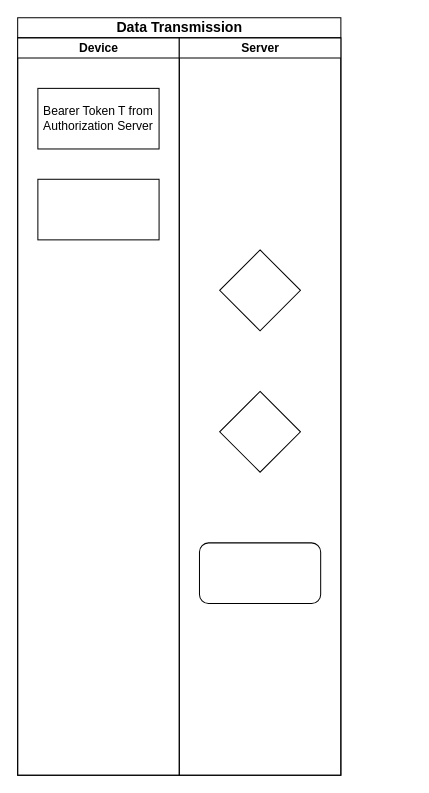
Earlier version of the draw.io diagram Data_Transmission.drawio (vivinkrishnan/drawio). Source tidied: cells renumbered, new cells numbered last; positions are measured from the earlier drawing's top-left corner, leaving out a move shared by most shapes. Both pictures are drawn from the tidied source at 101%, with x=0, y=0 at pixel (17, 17).
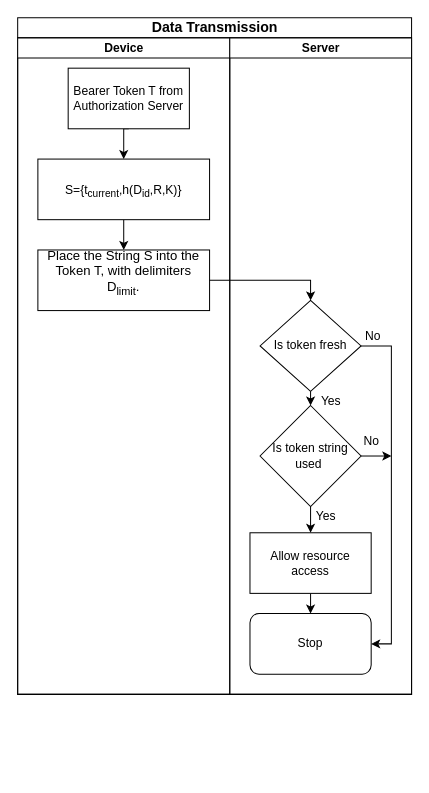
The same page after the edit.

Change to the diagram source:
```diff
@@
     <mxCell id="2" value="&lt;font face=&quot;Helvetica&quot; style=&quot;font-size: 14px&quot;&gt;Data Transmission&lt;/font&gt;" style="swimlane;html=1;startSize=20;rounded=0;shadow=0;labelBackgroundColor=none;strokeWidth=1;fontFamily=Verdana;fontSize=8;align=center;" parent="1" vertex="1">
-      <mxGeometry width="320" height="750" as="geometry" />
+      <mxGeometry width="390" height="670" as="geometry" />
     </mxCell>
     <mxCell id="3" value="Device" style="swimlane;html=1;startSize=20;" parent="2" vertex="1">
-      <mxGeometry y="20" width="160" height="730" as="geometry" />
+      <mxGeometry y="20" width="210" height="650" as="geometry" />
     </mxCell>
+    <mxCell id="10" style="edgeStyle=orthogonalEdgeStyle;rounded=0;jettySize=auto;html=1;exitX=0.5;exitY=1;exitDx=0;exitDy=0;entryX=0.5;entryY=0;entryDx=0;entryDy=0;" parent="3" edge="1" source="4" target="5">
+      <mxGeometry relative="1" as="geometry" />
+    </mxCell>
     <mxCell id="4" value="Bearer Token T from Authorization Server" style="rounded=0;whiteSpace=wrap;html=1;" parent="3" vertex="1">
-      <mxGeometry x="20" y="50" width="120" height="60" as="geometry" />
+      <mxGeometry x="50" y="30" width="120" height="60" as="geometry" />
     </mxCell>
+    <mxCell id="11" style="edgeStyle=orthogonalEdgeStyle;rounded=0;jettySize=auto;html=1;entryX=0.5;entryY=0;entryDx=0;entryDy=0;" parent="3" edge="1" source="5" target="12">
+      <mxGeometry relative="1" as="geometry" />
+    </mxCell>
-    <mxCell id="5" style="rounded=0;whiteSpace=wrap;html=1;" parent="3" vertex="1">
-      <mxGeometry x="20" y="140" width="120" height="60" as="geometry" />
+    <mxCell id="5" value="&lt;span style=&quot;font-size: 9pt&quot;&gt;S={t&lt;sub&gt;current&lt;/sub&gt;,h(D&lt;sub&gt;id&lt;/sub&gt;,R,K)}&lt;/span&gt;&lt;span style=&quot;font-size: medium&quot;&gt;&lt;/span&gt;" style="rounded=0;whiteSpace=wrap;html=1;fontSize=13;" parent="3" vertex="1">
+      <mxGeometry x="20" y="120" width="170" height="60" as="geometry" />
     </mxCell>
+    <mxCell id="12" value="&lt;font style=&quot;font-size: 13px&quot;&gt;Place the String S into the Token T, with delimiters D&lt;sub&gt;limit&lt;/sub&gt;.&lt;br&gt;&lt;br&gt;&lt;/font&gt;&lt;span style=&quot;font-size: medium&quot;&gt;&lt;/span&gt;" style="rounded=0;whiteSpace=wrap;html=1;" parent="3" vertex="1">
+      <mxGeometry x="20" y="210" width="170" height="60" as="geometry" />
+    </mxCell>
     <mxCell id="6" value="Server" style="swimlane;html=1;startSize=20;" parent="2" vertex="1">
-      <mxGeometry x="160" y="20" width="160" height="730" as="geometry" />
+      <mxGeometry x="210" y="20" width="180" height="650" as="geometry" />
     </mxCell>
-    <mxCell id="7" style="rhombus;whiteSpace=wrap;html=1;" parent="6" vertex="1">
-      <mxGeometry x="40" y="210" width="80" height="80" as="geometry" />
-    </mxCell>
+    <mxCell id="13" style="edgeStyle=orthogonalEdgeStyle;rounded=0;jettySize=auto;html=1;entryX=0.5;entryY=0;entryDx=0;entryDy=0;" parent="6" edge="1" source="8" target="18">
+      <mxGeometry relative="1" as="geometry" />
+    </mxCell>
-    <mxCell id="8" style="rhombus;whiteSpace=wrap;html=1;" parent="6" vertex="1">
-      <mxGeometry x="40" y="350" width="80" height="80" as="geometry" />
+    <mxCell id="8" value="Is token string used&amp;nbsp;" style="rhombus;whiteSpace=wrap;html=1;" parent="6" vertex="1">
+      <mxGeometry x="30" y="364" width="100" height="100" as="geometry" />
     </mxCell>
-    <mxCell id="9" style="rounded=1;whiteSpace=wrap;html=1;" parent="6" vertex="1">
-      <mxGeometry x="20" y="500" width="120" height="60" as="geometry" />
+    <mxCell id="9" value="Stop" style="rounded=1;whiteSpace=wrap;html=1;" parent="6" vertex="1">
+      <mxGeometry x="20" y="570" width="120" height="60" as="geometry" />
     </mxCell>
+    <mxCell id="14" style="edgeStyle=orthogonalEdgeStyle;rounded=0;jettySize=auto;html=1;exitX=0.5;exitY=1;exitDx=0;exitDy=0;entryX=0.5;entryY=0;entryDx=0;entryDy=0;" parent="6" edge="1" source="16" target="8">
+      <mxGeometry relative="1" as="geometry" />
+    </mxCell>
+    <mxCell id="15" style="edgeStyle=orthogonalEdgeStyle;rounded=0;jettySize=auto;html=1;entryX=1;entryY=0.5;entryDx=0;entryDy=0;" parent="6" edge="1" source="16" target="9">
+      <mxGeometry relative="1" as="geometry">
+        <Array as="points">
+          <mxPoint x="160" y="305" />
+          <mxPoint x="160" y="600" />
+        </Array>
+      </mxGeometry>
+    </mxCell>
+    <mxCell id="16" value="Is token fresh" style="rhombus;whiteSpace=wrap;html=1;" parent="6" vertex="1">
+      <mxGeometry x="30" y="260" width="100" height="90" as="geometry" />
+    </mxCell>
+    <mxCell id="17" style="edgeStyle=orthogonalEdgeStyle;rounded=0;jettySize=auto;html=1;exitX=0.5;exitY=1;exitDx=0;exitDy=0;entryX=0.5;entryY=0;entryDx=0;entryDy=0;" parent="6" edge="1" source="18" target="9">
+      <mxGeometry relative="1" as="geometry" />
+    </mxCell>
+    <mxCell id="18" value="Allow resource access" style="rounded=0;whiteSpace=wrap;html=1;" parent="6" vertex="1">
+      <mxGeometry x="20" y="490" width="120" height="60" as="geometry" />
+    </mxCell>
+    <mxCell id="19" value="Yes" style="text;html=1;align=center;verticalAlign=middle;" parent="6" vertex="1">
+      <mxGeometry x="80" y="350" width="40" height="20" as="geometry" />
+    </mxCell>
+    <mxCell id="20" value="Yes" style="text;html=1;align=center;verticalAlign=middle;" parent="6" vertex="1">
+      <mxGeometry x="75" y="464" width="40" height="20" as="geometry" />
+    </mxCell>
+    <mxCell id="21" style="edgeStyle=orthogonalEdgeStyle;rounded=0;jettySize=auto;html=1;entryX=0.5;entryY=0;entryDx=0;entryDy=0;" parent="2" edge="1" source="12" target="16">
+      <mxGeometry relative="1" as="geometry" />
+    </mxCell>
+    <mxCell id="22" style="edgeStyle=orthogonalEdgeStyle;rounded=0;jettySize=auto;html=1;" parent="1" edge="1" source="8">
+      <mxGeometry relative="1" as="geometry">
+        <mxPoint x="370" y="434" as="targetPoint" />
+      </mxGeometry>
+    </mxCell>
+    <mxCell id="23" value="&amp;nbsp;No" style="text;html=1;align=center;verticalAlign=middle;" parent="1" vertex="1">
+      <mxGeometry x="335" y="306" width="30" height="20" as="geometry" />
+    </mxCell>
+    <mxCell id="24" value="No" style="text;html=1;align=center;verticalAlign=middle;" parent="1" vertex="1">
+      <mxGeometry x="335" y="410" width="30" height="20" as="geometry" />
+    </mxCell>
```
